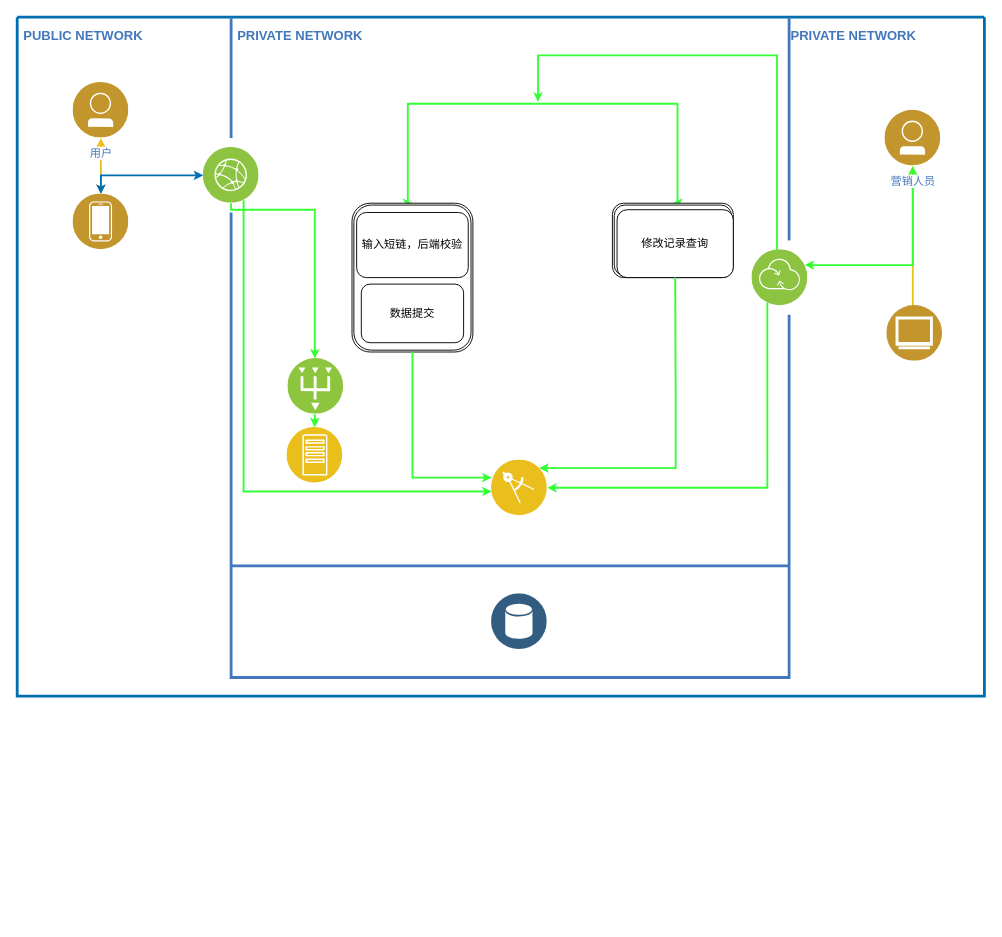
This is craft/add_f.drawio from feihu618/drawio, a draw.io file, before an edit. Source tidied: cells renumbered, new cells numbered last; positions are measured from the earlier drawing's top-left corner, leaving out a move shared by most shapes. Both pictures are drawn from the tidied source at 93%, with x=0, y=0 at pixel (17, 17).
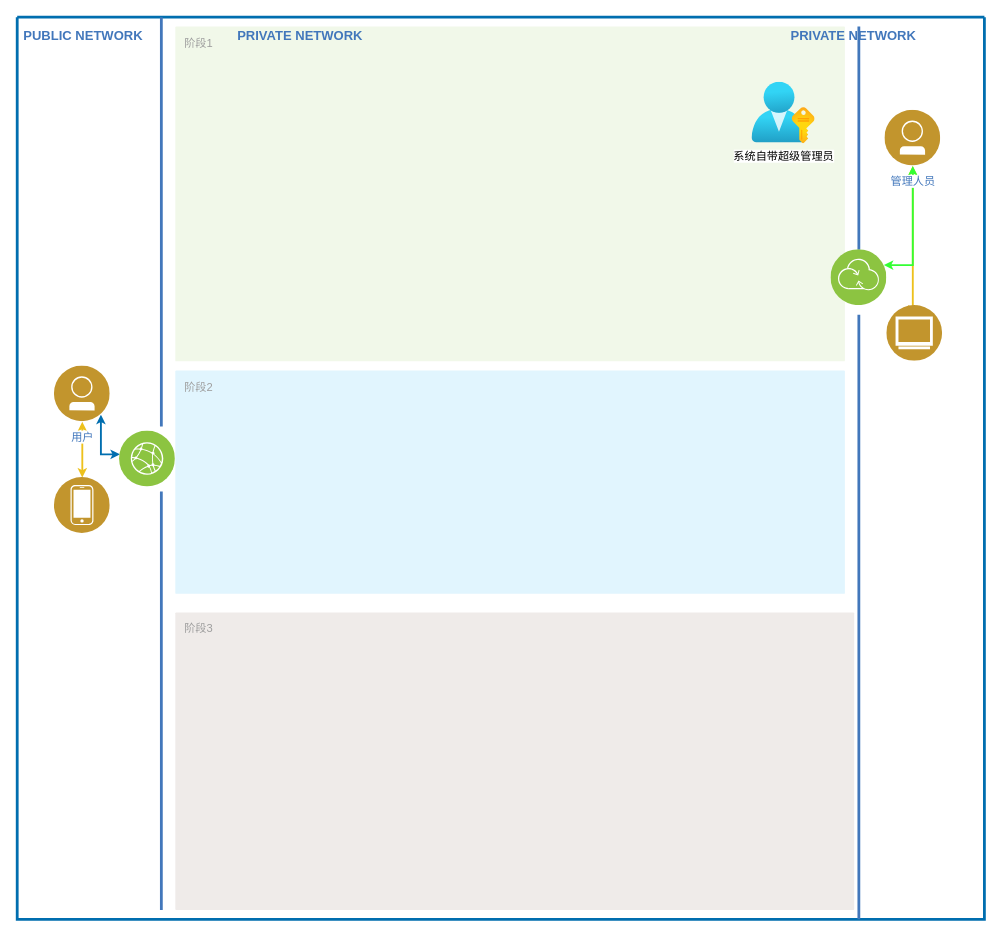
After the change.

Diff of the diagram source:
```diff
@@
+    <mxCell id="38" value="阶段1" style="rounded=1;absoluteArcSize=1;arcSize=2;html=1;strokeColor=none;gradientColor=none;shadow=0;dashed=0;fontSize=12;fontColor=#9E9E9E;align=left;verticalAlign=top;spacing=10;spacingTop=-4;fillColor=#F1F8E9;" parent="1" vertex="1">
+      <mxGeometry x="170" y="10" width="720" height="360" as="geometry" />
+    </mxCell>
     <mxCell id="2" style="swimlane;shadow=0;strokeColor=#006EAF;fillColor=#1ba1e2;fontColor=#ffffff;align=right;startSize=0;noLabel=1;strokeWidth=3;" parent="1" vertex="1">
-      <mxGeometry width="1040" height="730" as="geometry" />
+      <mxGeometry width="1040" height="970" as="geometry" />
     </mxCell>
-    <mxCell id="3" style="edgeStyle=orthogonalEdgeStyle;rounded=0;html=1;labelBackgroundColor=#ffffff;jettySize=auto;strokeColor=#EDC11C;fontColor=#000000;startArrow=classic;startFill=1;strokeWidth=2;endSize=4;startSize=4;" parent="2" edge="1" source="9">
-      <mxGeometry relative="1" as="geometry">
-        <mxPoint x="90" y="190" as="targetPoint" />
-      </mxGeometry>
+    <mxCell id="3" style="edgeStyle=orthogonalEdgeStyle;rounded=0;html=1;labelBackgroundColor=#ffffff;jettySize=auto;strokeColor=#EDC11C;fontColor=#000000;startArrow=classic;startFill=1;strokeWidth=2;endSize=4;startSize=4;" parent="2" edge="1" source="9" target="26">
+      <mxGeometry relative="1" as="geometry" />
     </mxCell>
-    <mxCell id="4" style="edgeStyle=orthogonalEdgeStyle;rounded=0;html=1;labelBackgroundColor=#ffffff;jettySize=auto;fontColor=#000000;startArrow=classic;strokeWidth=2;endSize=4;startSize=4;strokeColor=#33FF33;exitX=0.5;exitY=0;exitDx=0;exitDy=0;entryX=0.5;entryY=0;entryDx=0;entryDy=0;" parent="2" edge="1" source="28" target="32">
-      <mxGeometry relative="1" as="geometry">
-        <Array as="points">
-          <mxPoint x="420" y="200" />
-          <mxPoint x="420" y="93" />
-          <mxPoint x="710" y="93" />
-        </Array>
-      </mxGeometry>
-    </mxCell>
-    <mxCell id="5" style="edgeStyle=orthogonalEdgeStyle;rounded=0;html=1;labelBackgroundColor=#ffffff;jettySize=auto;fontColor=#000000;entryX=0.75;entryY=1;strokeWidth=2;endSize=4;startSize=4;startArrow=classic;startFill=1;endArrow=none;endFill=0;fillColor=#1ba1e2;strokeColor=#33FF33;" parent="2" edge="1" source="24" target="11">
-      <mxGeometry relative="1" as="geometry">
-        <Array as="points">
-          <mxPoint x="243" y="510" />
-        </Array>
-      </mxGeometry>
-    </mxCell>
-    <mxCell id="6" style="edgeStyle=orthogonalEdgeStyle;rounded=0;html=1;entryX=0.25;entryY=1;labelBackgroundColor=#ffffff;jettySize=auto;fontColor=#000000;strokeWidth=2;endSize=4;startSize=4;startArrow=classic;startFill=1;endArrow=none;endFill=0;fillColor=#1ba1e2;exitX=1;exitY=0.5;exitDx=0;exitDy=0;strokeColor=#33FF33;" parent="2" edge="1" source="24" target="12">
-      <mxGeometry relative="1" as="geometry" />
-    </mxCell>
@@
     <mxCell id="9" value="用户" style="perimeter=ellipsePerimeter;html=1;align=center;shadow=0;dashed=0;image;image=img/lib/ibm/users/user.svg;strokeColor=#FF0000;fillColor=#FFFF66;gradientColor=none;fontColor=#4277BB;labelBackgroundColor=#ffffff;fontSize=12;spacingTop=3;" parent="2" vertex="1">
-      <mxGeometry x="60" y="70" width="60" height="60" as="geometry" />
+      <mxGeometry x="40" y="375" width="60" height="60" as="geometry" />
     </mxCell>
-    <mxCell id="10" style="edgeStyle=orthogonalEdgeStyle;rounded=0;html=1;labelBackgroundColor=#ffffff;startArrow=classic;startFill=1;startSize=4;endSize=4;jettySize=auto;strokeColor=#006EAF;strokeWidth=2;fontSize=12;fontColor=#4277BB;fillColor=#1ba1e2;" parent="2" edge="1" target="11">
+    <mxCell id="10" style="edgeStyle=orthogonalEdgeStyle;rounded=0;html=1;labelBackgroundColor=#ffffff;startArrow=classic;startFill=1;startSize=4;endSize=4;jettySize=auto;strokeColor=#006EAF;strokeWidth=2;fontSize=12;fontColor=#4277BB;fillColor=#1ba1e2;" parent="2" edge="1" source="9" target="11">
       <mxGeometry relative="1" as="geometry">
-        <mxPoint x="90" y="190" as="sourcePoint" />
         <Array as="points">
-          <mxPoint x="90" y="170" />
+          <mxPoint x="90" y="470" />
         </Array>
       </mxGeometry>
     </mxCell>
     <mxCell id="11" style="perimeter=ellipsePerimeter;html=1;align=center;shadow=0;dashed=0;image;image=img/lib/ibm/infrastructure/edge_services.svg;strokeColor=#FF0000;fillColor=#FFFF66;gradientColor=none;fontColor=#4277BB;labelBackgroundColor=#ffffff;spacingTop=3;" parent="2" vertex="1">
-      <mxGeometry x="200" y="140" width="60" height="60" as="geometry" />
+      <mxGeometry x="110" y="445" width="60" height="60" as="geometry" />
     </mxCell>
-    <mxCell id="12" value="&lt;br&gt;" style="perimeter=ellipsePerimeter;html=1;align=center;shadow=0;dashed=0;image;image=img/lib/ibm/infrastructure/transformation_connectivity.svg;strokeColor=#FF0000;fillColor=#FFFF66;gradientColor=none;fontColor=#4277BB;labelBackgroundColor=#ffffff;spacingTop=3;" parent="2" vertex="1">
-      <mxGeometry x="790" y="250" width="60" height="60" as="geometry" />
-    </mxCell>
-    <mxCell id="13" value="营销人员" style="perimeter=ellipsePerimeter;html=1;align=center;shadow=0;dashed=0;image;image=img/lib/ibm/users/user.svg;strokeColor=#FF0000;fillColor=#FFFF66;gradientColor=none;fontColor=#4277BB;labelBackgroundColor=#ffffff;spacingTop=3;" parent="2" vertex="1">
+    <mxCell id="13" value="管理人员" style="perimeter=ellipsePerimeter;html=1;align=center;shadow=0;dashed=0;image;image=img/lib/ibm/users/user.svg;strokeColor=#FF0000;fillColor=#FFFF66;gradientColor=none;fontColor=#4277BB;labelBackgroundColor=#ffffff;spacingTop=3;" parent="2" vertex="1">
       <mxGeometry x="933" y="100" width="60" height="60" as="geometry" />
     </mxCell>
-    <mxCell id="14" style="swimlane;shadow=0;labelBackgroundColor=#007FFF;strokeColor=#4277BB;fillColor=none;gradientColor=none;fontColor=#000000;align=right;startSize=0;strokeWidth=3;" parent="2" vertex="1">
-      <mxGeometry x="230" y="590" width="600" height="120" as="geometry" />
-    </mxCell>
-    <mxCell id="15" style="perimeter=ellipsePerimeter;html=1;align=center;shadow=0;dashed=0;image;image=img/lib/ibm/data/data_services.svg;strokeColor=#FF0000;fillColor=#FFFF66;gradientColor=none;fontColor=#4277BB;labelBackgroundColor=#ffffff;spacingTop=3;" parent="14" vertex="1">
-      <mxGeometry x="280" y="30" width="60" height="60" as="geometry" />
-    </mxCell>
@@
     <mxCell id="17" style="line;strokeWidth=3;direction=south;html=1;shadow=0;labelBackgroundColor=none;fillColor=none;gradientColor=none;fontSize=12;fontColor=#4277BB;align=right;strokeColor=#4277BB;" parent="2" vertex="1">
-      <mxGeometry x="225" width="10" height="130" as="geometry" />
+      <mxGeometry x="150" width="10" height="440" as="geometry" />
     </mxCell>
     <mxCell id="18" style="line;strokeWidth=3;direction=south;html=1;shadow=0;labelBackgroundColor=none;fillColor=none;gradientColor=none;fontSize=12;fontColor=#4277BB;align=right;strokeColor=#4277BB;" parent="2" vertex="1">
-      <mxGeometry x="225" y="210" width="10" height="380" as="geometry" />
+      <mxGeometry x="150" y="510" width="10" height="450" as="geometry" />
     </mxCell>
     <mxCell id="19" style="line;strokeWidth=3;direction=south;html=1;shadow=0;labelBackgroundColor=none;fillColor=none;gradientColor=none;fontSize=12;fontColor=#4277BB;align=right;strokeColor=#4277BB;" parent="2" vertex="1">
-      <mxGeometry x="825" y="320" width="10" height="270" as="geometry" />
+      <mxGeometry x="900" y="320" width="10" height="650" as="geometry" />
     </mxCell>
     <mxCell id="20" style="line;strokeWidth=3;direction=south;html=1;shadow=0;labelBackgroundColor=none;fillColor=none;gradientColor=none;fontSize=12;fontColor=#4277BB;align=right;strokeColor=#4277BB;" parent="2" vertex="1">
-      <mxGeometry x="825" width="10" height="240" as="geometry" />
+      <mxGeometry x="900" y="10" width="10" height="240" as="geometry" />
     </mxCell>
@@
-    <mxCell id="23" style="perimeter=ellipsePerimeter;html=1;align=center;shadow=0;dashed=0;fontColor=#4277BB;labelBackgroundColor=#ffffff;fontSize=12;spacingTop=3;image;image=img/lib/ibm/vpc/PublicGateway.svg;direction=south;" parent="2" vertex="1">
-      <mxGeometry x="290" y="367" width="60" height="60" as="geometry" />
-    </mxCell>
-    <mxCell id="24" style="perimeter=ellipsePerimeter;html=1;align=center;shadow=0;dashed=0;fontColor=#4277BB;labelBackgroundColor=#ffffff;fontSize=12;spacingTop=3;image;image=img/lib/ibm/applications/enterprise_applications.svg;" parent="2" vertex="1">
-      <mxGeometry x="510" y="476" width="60" height="60" as="geometry" />
-    </mxCell>
@@
     <mxCell id="26" style="perimeter=ellipsePerimeter;html=1;align=center;shadow=0;dashed=0;fontColor=#4277BB;labelBackgroundColor=#ffffff;fontSize=12;spacingTop=3;image;image=img/lib/ibm/users/device.svg;" parent="2" vertex="1">
-      <mxGeometry x="60" y="190" width="60" height="60" as="geometry" />
+      <mxGeometry x="40" y="495" width="60" height="60" as="geometry" />
     </mxCell>
-    <mxCell id="27" style="edgeStyle=orthogonalEdgeStyle;rounded=0;html=1;labelBackgroundColor=#ffffff;jettySize=auto;fontColor=#000000;strokeWidth=2;endSize=4;startSize=4;startArrow=classic;startFill=1;endArrow=none;endFill=0;fillColor=#1ba1e2;strokeColor=#33FF33;" parent="2" edge="1" source="23" target="11">
-      <mxGeometry relative="1" as="geometry">
-        <Array as="points">
-          <mxPoint x="320" y="207" />
-          <mxPoint x="230" y="207" />
-        </Array>
-      </mxGeometry>
-    </mxCell>
-    <mxCell id="28" style="shape=ext;double=1;rounded=1;whiteSpace=wrap;html=1;" parent="2" vertex="1">
-      <mxGeometry x="360" y="200" width="130" height="160" as="geometry" />
-    </mxCell>
-    <mxCell id="29" style="perimeter=ellipsePerimeter;html=1;align=center;shadow=0;dashed=0;fontColor=#4277BB;labelBackgroundColor=#ffffff;fontSize=12;spacingTop=3;image;image=img/lib/ibm/applications/app_server.svg;" parent="2" vertex="1">
-      <mxGeometry x="290" y="441" width="60" height="60" as="geometry" />
-    </mxCell>
-    <mxCell id="30" value="输入短链，后端校验" style="shape=ext;rounded=1;html=1;whiteSpace=wrap;" parent="2" vertex="1">
-      <mxGeometry x="365" y="210" width="120" height="70" as="geometry" />
-    </mxCell>
-    <mxCell id="31" value="数据提交" style="shape=ext;rounded=1;html=1;whiteSpace=wrap;" parent="2" vertex="1">
-      <mxGeometry x="370" y="287" width="110" height="63" as="geometry" />
-    </mxCell>
-    <mxCell id="32" style="shape=ext;double=1;rounded=1;whiteSpace=wrap;html=1;" parent="2" vertex="1">
-      <mxGeometry x="640" y="200" width="130" height="80" as="geometry" />
-    </mxCell>
-    <mxCell id="33" value="修改记录查询" style="shape=ext;rounded=1;html=1;whiteSpace=wrap;" parent="2" vertex="1">
-      <mxGeometry x="645" y="207" width="125" height="73" as="geometry" />
-    </mxCell>
-    <mxCell id="34" style="edgeStyle=orthogonalEdgeStyle;rounded=0;html=1;entryX=0.5;entryY=1;labelBackgroundColor=#ffffff;jettySize=auto;fontColor=#000000;strokeWidth=2;endSize=4;startSize=4;startArrow=classic;startFill=1;endArrow=none;endFill=0;fillColor=#1ba1e2;exitX=1;exitY=0;exitDx=0;exitDy=0;strokeColor=#33FF33;entryDx=0;entryDy=0;" parent="2" edge="1" source="24" target="33">
-      <mxGeometry relative="1" as="geometry">
-        <Array as="points">
-          <mxPoint x="708" y="485" />
-          <mxPoint x="708" y="401" />
-        </Array>
-      </mxGeometry>
-    </mxCell>
-    <mxCell id="35" style="edgeStyle=orthogonalEdgeStyle;rounded=0;html=1;labelBackgroundColor=#ffffff;jettySize=auto;fontColor=#000000;strokeWidth=2;endSize=4;startSize=4;startArrow=classic;startFill=1;endArrow=none;endFill=0;fillColor=#1ba1e2;strokeColor=#33FF33;entryX=1;entryY=0.5;entryDx=0;entryDy=0;" parent="2" edge="1" source="29" target="23">
-      <mxGeometry relative="1" as="geometry">
-        <Array as="points">
-          <mxPoint x="320" y="471" />
-          <mxPoint x="320" y="471" />
-        </Array>
-      </mxGeometry>
-    </mxCell>
-    <mxCell id="36" style="edgeStyle=orthogonalEdgeStyle;rounded=0;html=1;labelBackgroundColor=#ffffff;jettySize=auto;orthogonalLoop=1;fontColor=#000000;strokeWidth=2;endSize=4;startSize=4;startArrow=classic;startFill=1;endArrow=none;endFill=0;fillColor=#1ba1e2;strokeColor=#33FF33;" parent="1" edge="1">
-      <mxGeometry relative="1" as="geometry">
-        <mxPoint x="560" y="91" as="sourcePoint" />
-        <mxPoint x="817" y="251" as="targetPoint" />
-        <Array as="points">
-          <mxPoint x="560" y="41" />
-          <mxPoint x="817" y="41" />
-        </Array>
-      </mxGeometry>
-    </mxCell>
-    <mxCell id="37" style="edgeStyle=orthogonalEdgeStyle;rounded=0;html=1;labelBackgroundColor=#ffffff;jettySize=auto;fontColor=#000000;strokeWidth=2;endSize=4;startSize=4;startArrow=classic;startFill=1;endArrow=none;endFill=0;fillColor=#1ba1e2;strokeColor=#33FF33;" parent="1" edge="1" target="28">
-      <mxGeometry relative="1" as="geometry">
-        <mxPoint x="510" y="495" as="sourcePoint" />
-        <Array as="points">
-          <mxPoint x="425" y="495" />
-        </Array>
-      </mxGeometry>
-    </mxCell>
+    <mxCell id="12" value="&lt;br&gt;" style="perimeter=ellipsePerimeter;html=1;align=center;shadow=0;dashed=0;image;image=img/lib/ibm/infrastructure/transformation_connectivity.svg;strokeColor=#FF0000;fillColor=#FFFF66;gradientColor=none;fontColor=#4277BB;labelBackgroundColor=#ffffff;spacingTop=3;" parent="2" vertex="1">
+      <mxGeometry x="875" y="250" width="60" height="60" as="geometry" />
+    </mxCell>
+    <mxCell id="39" value="阶段2" style="rounded=1;absoluteArcSize=1;arcSize=2;html=1;strokeColor=none;gradientColor=none;shadow=0;dashed=0;fontSize=12;fontColor=#9E9E9E;align=left;verticalAlign=top;spacing=10;spacingTop=-4;fillColor=#E1F5FE;" parent="2" vertex="1">
+      <mxGeometry x="170" y="380" width="720" height="240" as="geometry" />
+    </mxCell>
+    <mxCell id="40" value="阶段3" style="rounded=1;absoluteArcSize=1;arcSize=2;html=1;strokeColor=none;gradientColor=none;shadow=0;dashed=0;fontSize=12;fontColor=#9E9E9E;align=left;verticalAlign=top;spacing=10;spacingTop=-4;fillColor=#EFEBE9;" parent="2" vertex="1">
+      <mxGeometry x="170" y="640" width="730" height="320" as="geometry" />
+    </mxCell>
+    <mxCell id="41" value="系统自带超级管理员" style="html=1;align=center;image;fontSize=12;image=img/lib/azure2/azure_stack/User_Subscriptions.svg;" parent="2" vertex="1">
+      <mxGeometry x="790" y="70" width="68" height="66" as="geometry" />
+    </mxCell>
```
